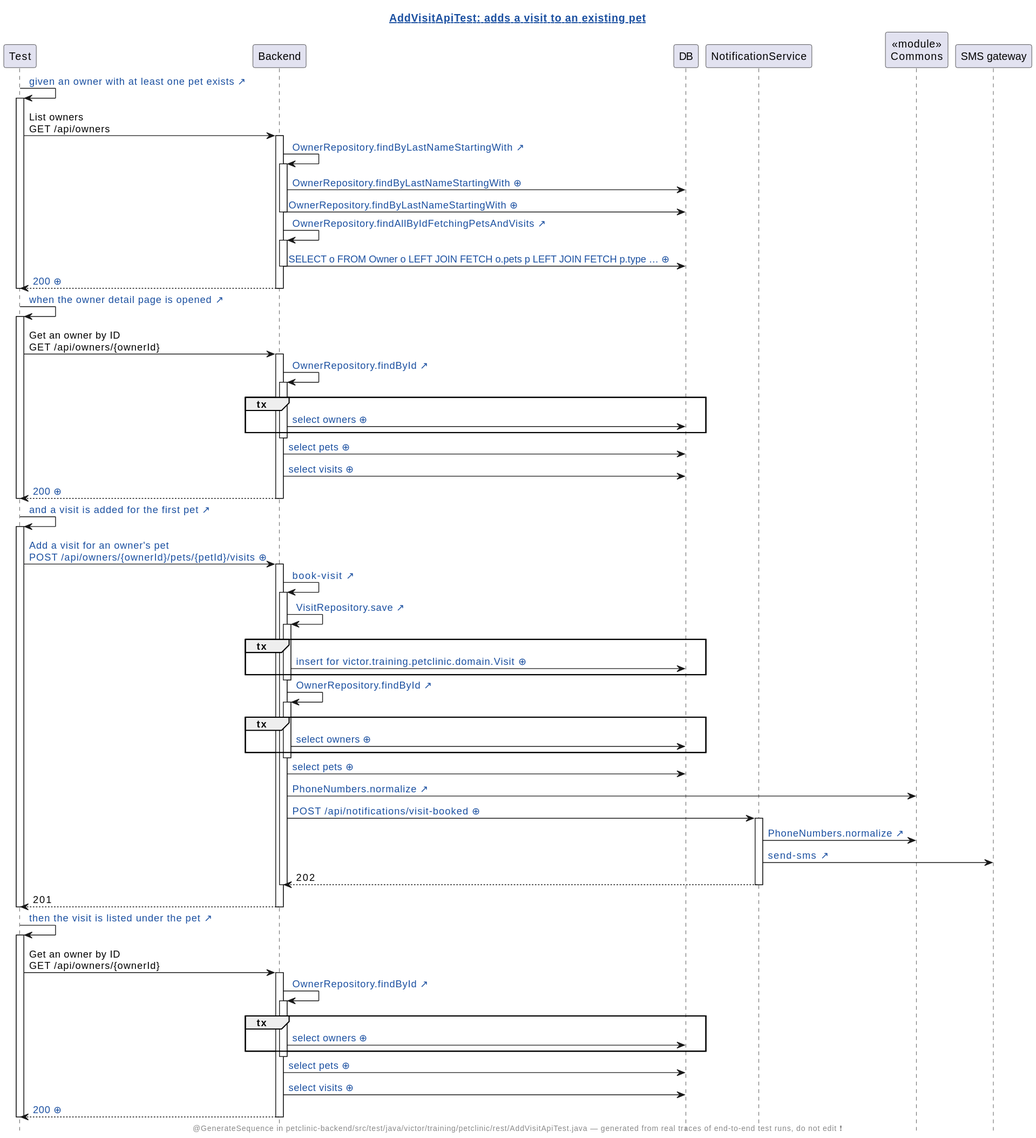
Winandvdb/human-review keeps this PlantUML diagram as demo/demo2/assets/diagrams/petclinic-test_generated_AddVisitApiTest.java.adds-a-visit-to-an-existing-pet.genseq.new.svg. Above is the earlier version.
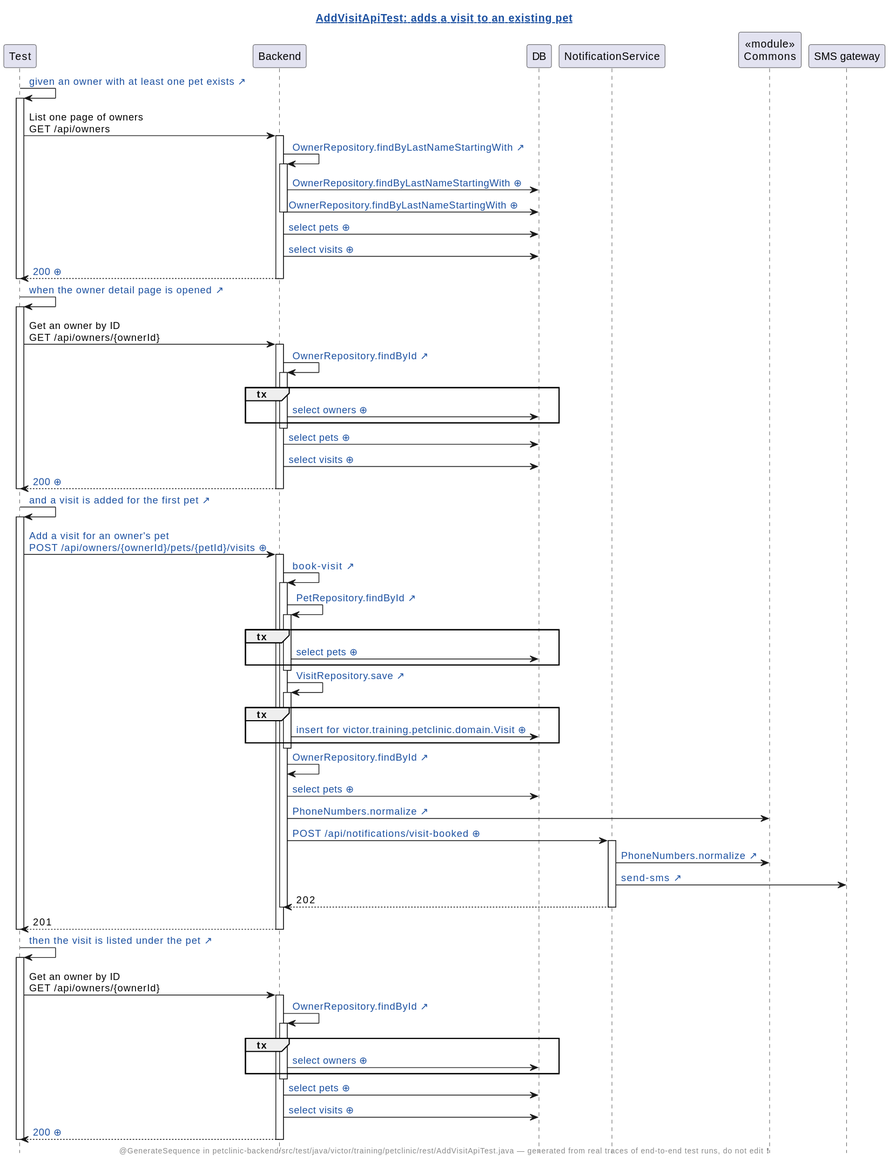
After the change.

Change to the diagram source:
```diff
@@ -2,7 +2,7 @@
 hide footbox
 skinparam hyperlinkUnderline false
 skinparam hyperlinkColor #1A4FA0
-title [[src://petclinic-backend/src/test/java/victor/training/petclinic/rest/AddVisitApiTest.java:76{Click to open the test} AddVisitApiTest: adds a visit to an existing pet]]
+title [[src://petclinic-backend/src/test/java/victor/training/petclinic/rest/AddVisitApiTest.java:75{Click to open the test} AddVisitApiTest: adds a visit to an existing pet]]
 footer @GenerateSequence in petclinic-backend/src/test/java/victor/training/petclinic/rest/AddVisitApiTest.java — generated from real traces of end-to-end test runs, do not edit ❗
 participant Test
 participant Backend
@@ -10,58 +10,57 @@
 participant NotificationService
 participant "«module»\nCommons" as Commons
 participant "SMS gateway"
-Test -> Test: [[src://petclinic-backend/src/test/java/victor/training/petclinic/rest/AddVisitApiTest.java:77{Click to open the line of the test that says this} given an owner with at least one pet exists ↗]]
+Test -> Test: [[src://petclinic-backend/src/test/java/victor/training/petclinic/rest/AddVisitApiTest.java:76{Click to open the line of the test that says this} given an owner with at least one pet exists ↗]]
 activate Test
-Test -> Backend: List owners\nGET /api/owners
+Test -> Backend: List one page of owners\nGET /api/owners
 activate Backend
-Backend -> Backend: [[src://petclinic-backend/src/main/java/victor/training/petclinic/repository/OwnerRepository.java:15{Click to open OwnerRepository.findByLastNameStartingWith} OwnerRepository.findByLastNameStartingWith ↗]]
+Backend -> Backend: [[src://petclinic-backend/src/main/java/victor/training/petclinic/repository/OwnerRepository.java:13{Click to open OwnerRepository.findByLastNameStartingWith} OwnerRepository.findByLastNameStartingWith ↗]]
 activate Backend
-Backend -> DB: [[genseq://06lhb5c{Click for the statement behind this call} OwnerRepository.findByLastNameStartingWith ⊕]]
+Backend -> DB: [[genseq://1ub53i8{Click for the statement behind this call} OwnerRepository.findByLastNameStartingWith ⊕]]
 Backend -> DB: [[genseq://0rcs8yy{Click for the statement behind this call} OwnerRepository.findByLastNameStartingWith ⊕]]
 deactivate Backend
-Backend -> Backend: [[src://petclinic-backend/src/main/java/victor/training/petclinic/repository/OwnerRepository.java:26{Click to open OwnerRepository.findAllByIdFetchingPetsAndVisits} OwnerRepository.findAllByIdFetchingPetsAndVisits ↗]]
-activate Backend
-Backend -> DB: [[genseq://075m496{Click for the statement behind this call} SELECT o FROM Owner o LEFT JOIN FETCH o.pets p LEFT JOIN FETCH p.type … ⊕]]
-deactivate Backend
-Backend --> Test: [[genseq://1ywqtdh{Click for this call’s JSON body} 200 ⊕]]
+Backend -> DB: [[genseq://1ruk3w0{Click for the statement behind this call} select pets ⊕]]
+Backend -> DB: [[genseq://1bw25vb{Click for the statement behind this call} select visits ⊕]]
+Backend --> Test: [[genseq://0qg8kn6{Click for this call’s JSON body} 200 ⊕]]
 deactivate Backend
 deactivate Test
-Test -> Test: [[src://petclinic-backend/src/test/java/victor/training/petclinic/rest/AddVisitApiTest.java:82{Click to open the line of the test that says this} when the owner detail page is opened ↗]]
+Test -> Test: [[src://petclinic-backend/src/test/java/victor/training/petclinic/rest/AddVisitApiTest.java:81{Click to open the line of the test that says this} when the owner detail page is opened ↗]]
 activate Test
 Test -> Backend: Get an owner by ID\nGET /api/owners/{ownerId}
 activate Backend
-Backend -> Backend: [[src://petclinic-backend/src/main/java/victor/training/petclinic/repository/OwnerRepository.java:28{Click to open OwnerRepository.findById} OwnerRepository.findById ↗]]
+Backend -> Backend: [[src://petclinic-backend/src/main/java/victor/training/petclinic/repository/OwnerRepository.java:15{Click to open OwnerRepository.findById} OwnerRepository.findById ↗]]
 activate Backend
 group tx
-Backend -> DB: [[genseq://083xusu{Click for the statement behind this call} select owners ⊕]]
+Backend -> DB: [[genseq://1cywrsr{Click for the statement behind this call} select owners ⊕]]
 end
 deactivate Backend
-Backend -> DB: [[genseq://0j0trn8{Click for the statement behind this call} select pets ⊕]]
-Backend -> DB: [[genseq://16xt6fr{Click for the statement behind this call} select visits ⊕]]
-Backend --> Test: [[genseq://1cg6dk5{Click for this call’s JSON body} 200 ⊕]]
+Backend -> DB: [[genseq://04yaot5{Click for the statement behind this call} select pets ⊕]]
+Backend -> DB: [[genseq://1bw25vb{Click for the statement behind this call} select visits ⊕]]
+Backend --> Test: [[genseq://0ury951{Click for this call’s JSON body} 200 ⊕]]
 deactivate Backend
 deactivate Test
-Test -> Test: [[src://petclinic-backend/src/test/java/victor/training/petclinic/rest/AddVisitApiTest.java:85{Click to open the line of the test that says this} and a visit is added for the first pet ↗]]
+Test -> Test: [[src://petclinic-backend/src/test/java/victor/training/petclinic/rest/AddVisitApiTest.java:84{Click to open the line of the test that says this} and a visit is added for the first pet ↗]]
 activate Test
-Test -> Backend: [[genseq://1yv4zr4{Click for this call’s JSON body} Add a visit for an owner's pet\nPOST /api/owners/{ownerId}/pets/{petId}/visits ⊕]]
+Test -> Backend: [[genseq://1jyobf5{Click for this call’s JSON body} Add a visit for an owner's pet\nPOST /api/owners/{ownerId}/pets/{petId}/visits ⊕]]
 activate Backend
-Backend -> Backend: [[src://petclinic-backend/src/main/java/victor/training/petclinic/rest/OwnerRestController.java:240{Click to open OwnerRestController.bookVisit} book-visit ↗]]
+Backend -> Backend: [[src://petclinic-backend/src/main/java/victor/training/petclinic/rest/OwnerRestController.java:212{Click to open OwnerRestController.bookVisit} book-visit ↗]]
 activate Backend
+Backend -> Backend: [[src://petclinic-backend/src/main/java/victor/training/petclinic/repository/PetRepository.java:16{Click to open PetRepository.findById} PetRepository.findById ↗]]
+activate Backend
+group tx
+Backend -> DB: [[genseq://10q0vhg{Click for the statement behind this call} select pets ⊕]]
+end
+deactivate Backend
 Backend -> Backend: [[src://petclinic-backend/src/main/java/victor/training/petclinic/repository/VisitRepository.java:14{Click to open VisitRepository.save} VisitRepository.save ↗]]
 activate Backend
 group tx
-Backend -> DB: [[genseq://07tob6g{Click for the statement behind this call} insert for victor.training.petclinic.domain.Visit ⊕]]
+Backend -> DB: [[genseq://1umskr4{Click for the statement behind this call} insert for victor.training.petclinic.domain.Visit ⊕]]
 end
 deactivate Backend
-Backend -> Backend: [[src://petclinic-backend/src/main/java/victor/training/petclinic/repository/OwnerRepository.java:28{Click to open OwnerRepository.findById} OwnerRepository.findById ↗]]
-activate Backend
-group tx
-Backend -> DB: [[genseq://083xusu{Click for the statement behind this call} select owners ⊕]]
-end
-deactivate Backend
-Backend -> DB: [[genseq://0j0trn8{Click for the statement behind this call} select pets ⊕]]
+Backend -> Backend: [[src://petclinic-backend/src/main/java/victor/training/petclinic/repository/OwnerRepository.java:15{Click to open OwnerRepository.findById} OwnerRepository.findById ↗]]
+Backend -> DB: [[genseq://04yaot5{Click for the statement behind this call} select pets ⊕]]
 Backend -> Commons: [[src://petclinic-commons/src/main/java/victor/training/commons/PhoneNumbers.java:8{Click to open PhoneNumbers.normalize} PhoneNumbers.normalize ↗]]
-Backend -> NotificationService: [[genseq://06g5a1e{Click for this call’s JSON body} POST /api/notifications/visit-booked ⊕]]
+Backend -> NotificationService: [[genseq://0ez97li{Click for this call’s JSON body} POST /api/notifications/visit-booked ⊕]]
 activate NotificationService
 NotificationService -> Commons: [[src://petclinic-commons/src/main/java/victor/training/commons/PhoneNumbers.java:8{Click to open PhoneNumbers.normalize} PhoneNumbers.normalize ↗]]
 NotificationService -> "SMS gateway": [[src://notification-service/src/main/java/victor/training/notification/SmsGateway.java:23{Click to open SmsGateway.send} send-sms ↗]]
@@ -71,19 +70,19 @@
 Backend --> Test: 201
 deactivate Backend
 deactivate Test
-Test -> Test: [[src://petclinic-backend/src/test/java/victor/training/petclinic/rest/AddVisitApiTest.java:92{Click to open the line of the test that says this} then the visit is listed under the pet ↗]]
+Test -> Test: [[src://petclinic-backend/src/test/java/victor/training/petclinic/rest/AddVisitApiTest.java:91{Click to open the line of the test that says this} then the visit is listed under the pet ↗]]
 activate Test
 Test -> Backend: Get an owner by ID\nGET /api/owners/{ownerId}
 activate Backend
-Backend -> Backend: [[src://petclinic-backend/src/main/java/victor/training/petclinic/repository/OwnerRepository.java:28{Click to open OwnerRepository.findById} OwnerRepository.findById ↗]]
+Backend -> Backend: [[src://petclinic-backend/src/main/java/victor/training/petclinic/repository/OwnerRepository.java:15{Click to open OwnerRepository.findById} OwnerRepository.findById ↗]]
 activate Backend
 group tx
-Backend -> DB: [[genseq://083xusu{Click for the statement behind this call} select owners ⊕]]
+Backend -> DB: [[genseq://1cywrsr{Click for the statement behind this call} select owners ⊕]]
 end
 deactivate Backend
-Backend -> DB: [[genseq://0j0trn8{Click for the statement behind this call} select pets ⊕]]
-Backend -> DB: [[genseq://16xt6fr{Click for the statement behind this call} select visits ⊕]]
-Backend --> Test: [[genseq://0qfgh4s{Click for this call’s JSON body} 200 ⊕]]
+Backend -> DB: [[genseq://04yaot5{Click for the statement behind this call} select pets ⊕]]
+Backend -> DB: [[genseq://1bw25vb{Click for the statement behind this call} select visits ⊕]]
+Backend --> Test: [[genseq://1sx4y82{Click for this call’s JSON body} 200 ⊕]]
 deactivate Backend
 deactivate Test
 @enduml
```
